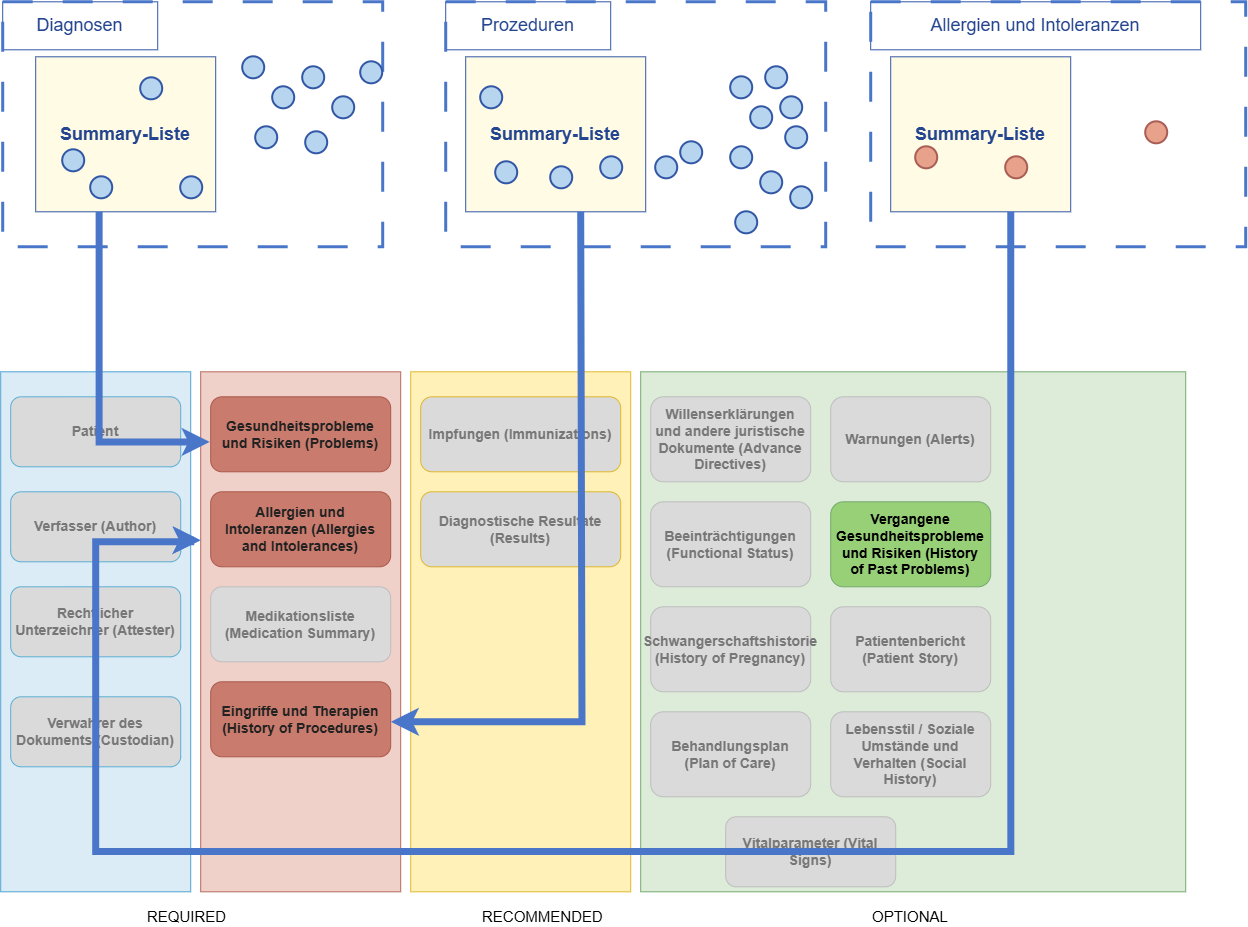
Before: input/images/summary_listen_dokumentstruktur.png, a diagram exported from draw.io (HL7Austria/ELGA-e-Diagnose-R4). Source tidied: cells renumbered, new cells last; positions are measured from the earlier drawing's top-left corner, leaving out a move shared by most shapes.
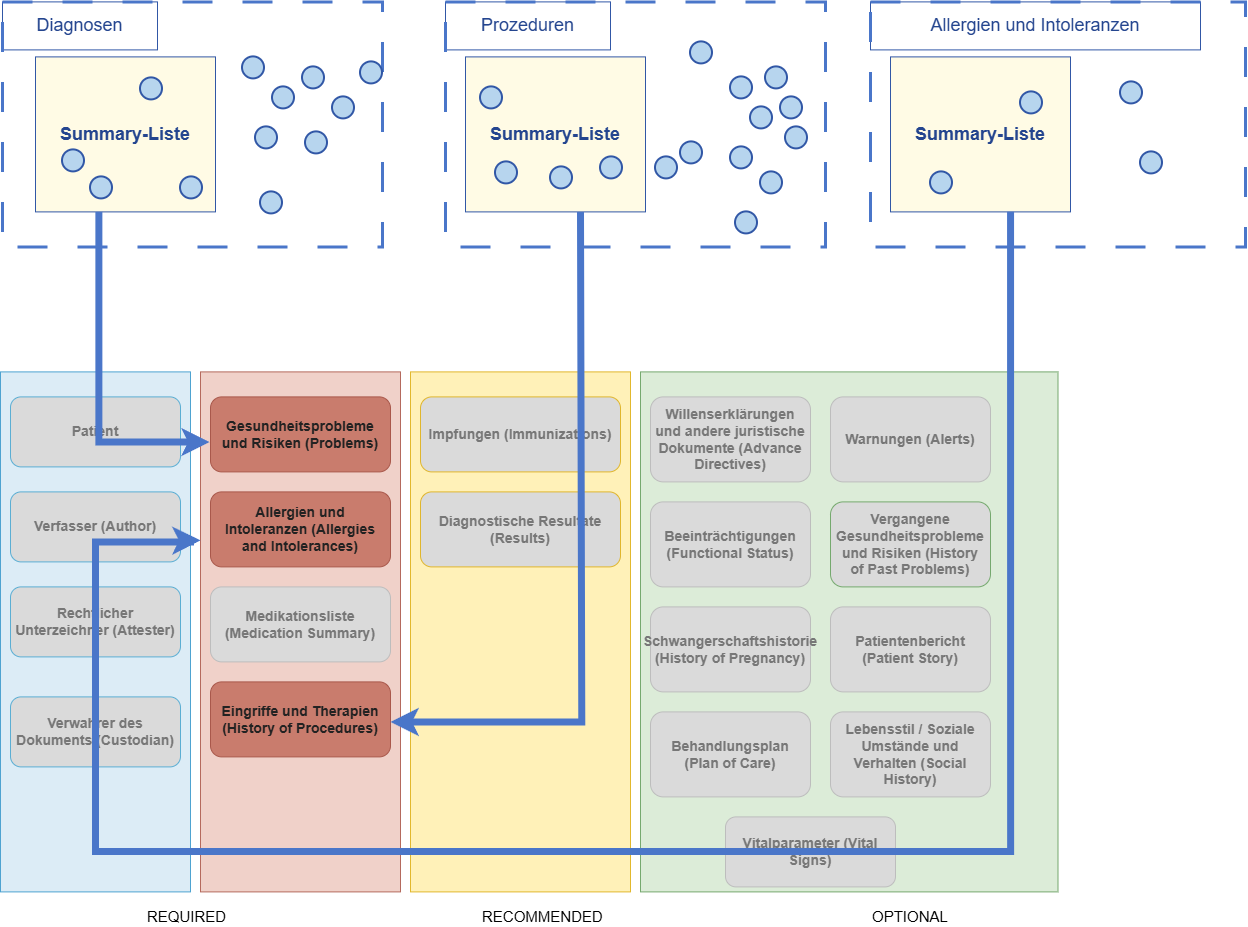
The same file after the commit.

The edit, as a diff of the source:
```diff
@@ -101,21 +101,9 @@
     <mxCell id="34" style="ellipse;whiteSpace=wrap;html=1;strokeColor=#3157A6;fillColor=#B7D5EE;strokeWidth=2;" parent="1" vertex="1">
       <mxGeometry x="760" y="170" width="22" height="22" as="geometry" />
     </mxCell>
-    <mxCell id="35" style="ellipse;whiteSpace=wrap;html=1;strokeColor=#3157A6;fillColor=#B7D5EE;strokeWidth=2;" parent="1" vertex="1">
-      <mxGeometry x="790" y="185" width="22" height="22" as="geometry" />
-    </mxCell>
     <mxCell id="36" style="ellipse;whiteSpace=wrap;html=1;strokeColor=#3157A6;fillColor=#B7D5EE;strokeWidth=2;" parent="1" vertex="1">
       <mxGeometry x="735" y="210" width="22" height="22" as="geometry" />
     </mxCell>
-    <mxCell id="37" style="ellipse;whiteSpace=wrap;html=1;strokeColor=#A85D55;fillColor=#E8A18A;strokeWidth=2;" parent="1" vertex="1">
-      <mxGeometry x="915" y="145" width="22" height="22" as="geometry" />
-    </mxCell>
-    <mxCell id="38" style="ellipse;whiteSpace=wrap;html=1;strokeColor=#A85D55;fillColor=#E8A18A;strokeWidth=2;" parent="1" vertex="1">
-      <mxGeometry x="1005" y="155" width="22" height="22" as="geometry" />
-    </mxCell>
-    <mxCell id="39" style="ellipse;whiteSpace=wrap;html=1;strokeColor=#A85D55;fillColor=#E8A18A;strokeWidth=2;" parent="1" vertex="1">
-      <mxGeometry x="1145" y="120" width="22" height="22" as="geometry" />
-    </mxCell>
     <mxCell id="40" style="rounded=0;whiteSpace=wrap;html=1;strokeColor=#4EA3D1;fillColor=#DCECF6;" parent="1" vertex="1">
       <mxGeometry y="370" width="190" height="520" as="geometry" />
     </mxCell>
@@ -126,7 +114,7 @@
       <mxGeometry x="410" y="370" width="220" height="520" as="geometry" />
     </mxCell>
     <mxCell id="43" style="rounded=0;whiteSpace=wrap;html=1;strokeColor=#76A96F;fillColor=#DCECD8;" parent="1" vertex="1">
-      <mxGeometry x="640" y="370" width="545" height="520" as="geometry" />
+      <mxGeometry x="640" y="370" width="417.5" height="520" as="geometry" />
     </mxCell>
     <mxCell id="44" value="Patient" style="rounded=1;whiteSpace=wrap;html=1;strokeColor=#5BAED3;fillColor=#DADADA;fontColor=#777777;fontSize=14;fontStyle=1;spacing=5;" parent="1" vertex="1">
       <mxGeometry x="10" y="395" width="170" height="70" as="geometry" />
@@ -167,7 +155,7 @@
     <mxCell id="56" value="Beeinträchtigungen (Functional Status)" style="rounded=1;whiteSpace=wrap;html=1;strokeColor=#BDBDBD;fillColor=#DADADA;fontColor=#777;fontSize=14;fontStyle=1;spacing=5;" parent="1" vertex="1">
       <mxGeometry x="650" y="500" width="160" height="85" as="geometry" />
     </mxCell>
-    <mxCell id="57" value="&lt;span&gt;Vergangene Gesundheitsprobleme und Risiken (History of Past Problems)&lt;/span&gt;" style="rounded=1;whiteSpace=wrap;html=1;strokeColor=#75A96E;fillColor=#97D077;fontColor=default;fontSize=14;fontStyle=1;spacing=5;" parent="1" vertex="1">
+    <mxCell id="57" value="&lt;span&gt;Vergangene Gesundheitsprobleme und Risiken (History of Past Problems)&lt;/span&gt;" style="rounded=1;whiteSpace=wrap;html=1;strokeColor=#75A96E;fillColor=light-dark(#dadada, #295a0d);fontColor=light-dark(#777777, #ededed);fontSize=14;fontStyle=1;spacing=5;labelBorderColor=none;textShadow=0;" parent="1" vertex="1">
       <mxGeometry x="830" y="500" width="160" height="85" as="geometry" />
     </mxCell>
     <mxCell id="58" value="Schwangerschaftshistorie (History of Pregnancy)" style="rounded=1;whiteSpace=wrap;html=1;strokeColor=#BDBDBD;fillColor=#DADADA;fontColor=#777;fontSize=14;fontStyle=1;spacing=5;" parent="1" vertex="1">
@@ -225,5 +213,23 @@
         </Array>
       </mxGeometry>
     </mxCell>
+    <mxCell id="70" style="ellipse;whiteSpace=wrap;html=1;strokeColor=#3157A6;fillColor=#B7D5EE;strokeWidth=2;" parent="1" vertex="1">
+      <mxGeometry x="1020" y="90" width="22" height="22" as="geometry" />
+    </mxCell>
+    <mxCell id="71" style="ellipse;whiteSpace=wrap;html=1;strokeColor=#3157A6;fillColor=#B7D5EE;strokeWidth=2;" parent="1" vertex="1">
+      <mxGeometry x="930" y="170" width="22" height="22" as="geometry" />
+    </mxCell>
+    <mxCell id="72" style="ellipse;whiteSpace=wrap;html=1;strokeColor=#3157A6;fillColor=#B7D5EE;strokeWidth=2;" parent="1" vertex="1">
+      <mxGeometry x="1140" y="150" width="22" height="22" as="geometry" />
+    </mxCell>
+    <mxCell id="73" style="ellipse;whiteSpace=wrap;html=1;strokeColor=#3157A6;fillColor=#B7D5EE;strokeWidth=2;" parent="1" vertex="1">
+      <mxGeometry x="1120" y="80" width="22" height="22" as="geometry" />
+    </mxCell>
+    <mxCell id="74" style="ellipse;whiteSpace=wrap;html=1;strokeColor=#3157A6;fillColor=#B7D5EE;strokeWidth=2;" parent="1" vertex="1">
+      <mxGeometry x="260" y="190" width="22" height="22" as="geometry" />
+    </mxCell>
+    <mxCell id="75" style="ellipse;whiteSpace=wrap;html=1;strokeColor=#3157A6;fillColor=#B7D5EE;strokeWidth=2;" parent="1" vertex="1">
+      <mxGeometry x="690" y="40" width="22" height="22" as="geometry" />
+    </mxCell>
   </root>
 </mxGraphModel>
```
